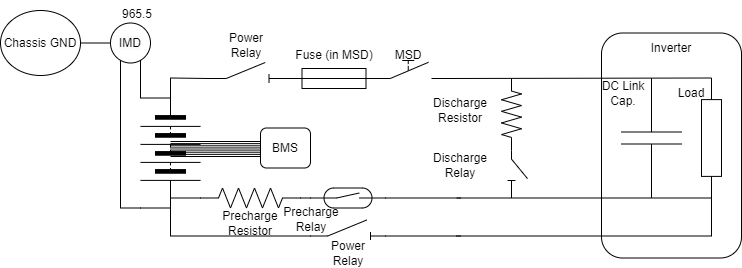
Before: texfiles/elec/eimg/HVSchematic.png, a diagram exported from draw.io (Team-Tachyon-e-V/FDD24). Source tidied: cells renumbered, new cells last; positions are measured from the earlier drawing's top-left corner, leaving out a move shared by most shapes.
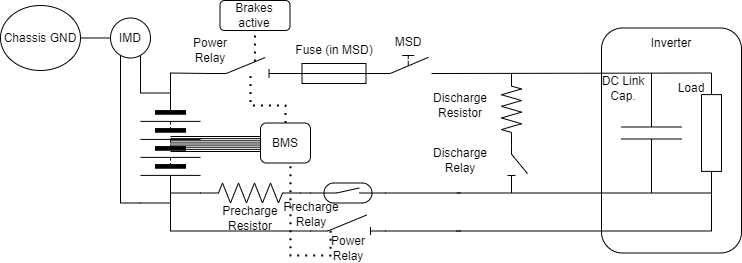
Above is the later version.

The edit, as a diff of the source:
```diff
@@ -121,13 +121,13 @@
       <mxGeometry x="289.5" y="40" width="88" height="30" as="geometry" />
     </mxCell>
     <mxCell id="31" value="MSD" style="text;html=1;align=center;verticalAlign=middle;whiteSpace=wrap;rounded=0;" parent="1" vertex="1">
-      <mxGeometry x="377.5" y="40" width="60" height="30" as="geometry" />
+      <mxGeometry x="377.5" y="32" width="60" height="30" as="geometry" />
     </mxCell>
     <mxCell id="32" value="Precharge Resistor" style="text;html=1;align=center;verticalAlign=middle;whiteSpace=wrap;rounded=0;" parent="1" vertex="1">
       <mxGeometry x="220" y="207.5" width="60" height="30" as="geometry" />
     </mxCell>
     <mxCell id="33" value="Power Relay" style="text;html=1;align=center;verticalAlign=middle;whiteSpace=wrap;rounded=0;" parent="1" vertex="1">
-      <mxGeometry x="216" y="30" width="60" height="30" as="geometry" />
+      <mxGeometry x="180" y="40" width="60" height="30" as="geometry" />
     </mxCell>
     <mxCell id="34" value="Precharge Relay" style="text;html=1;align=center;verticalAlign=middle;whiteSpace=wrap;rounded=0;" parent="1" vertex="1">
       <mxGeometry x="282" y="207.5" width="58" height="22.5" as="geometry" />
@@ -159,9 +159,6 @@
         <mxPoint x="460" y="235.5" as="targetPoint" />
       </mxGeometry>
     </mxCell>
-    <mxCell id="42" value="965.5" style="text;whiteSpace=wrap;" parent="1" vertex="1">
-      <mxGeometry x="120" width="60" height="40" as="geometry" />
-    </mxCell>
     <mxCell id="43" style="endArrow=none;html=1;rounded=0;exitX=0;exitY=0.5;exitDx=0;exitDy=0;entryX=0;entryY=0.8;entryDx=0;entryDy=0;" parent="1" edge="1">
       <mxGeometry relative="1" as="geometry">
         <mxPoint x="170" y="97.5" as="sourcePoint" />
@@ -177,5 +174,30 @@
     <mxCell id="45" value="Power Relay" style="text;html=1;align=center;verticalAlign=middle;whiteSpace=wrap;rounded=0;" parent="1" vertex="1">
       <mxGeometry x="317.5" y="237.5" width="60" height="30" as="geometry" />
     </mxCell>
+    <mxCell id="46" value="Brakes active" style="rounded=1;whiteSpace=wrap;html=1;" parent="1" vertex="1">
+      <mxGeometry x="219.5" y="5" width="70" height="30" as="geometry" />
+    </mxCell>
+    <mxCell id="47" style="endArrow=none;dashed=1;html=1;dashPattern=1 3;strokeWidth=2;rounded=0;entryX=0.5;entryY=1;entryDx=0;entryDy=0;exitX=0.612;exitY=0.198;exitDx=0;exitDy=0;exitPerimeter=0;" parent="1" edge="1" source="44" target="46">
+      <mxGeometry relative="1" as="geometry" />
+    </mxCell>
+    <mxCell id="48" style="endArrow=none;dashed=1;html=1;dashPattern=1 3;strokeWidth=2;rounded=0;exitX=0.5;exitY=0;exitDx=0;exitDy=0;" parent="1" edge="1" source="23">
+      <mxGeometry relative="1" as="geometry">
+        <mxPoint x="250" y="80" as="targetPoint" />
+        <Array as="points">
+          <mxPoint x="285" y="110" />
+          <mxPoint x="250" y="110" />
+        </Array>
+      </mxGeometry>
+    </mxCell>
+    <mxCell id="49" style="endArrow=none;dashed=1;html=1;dashPattern=1 3;strokeWidth=2;rounded=0;exitX=0.211;exitY=-0.074;exitDx=0;exitDy=0;exitPerimeter=0;" parent="1" edge="1" source="45">
+      <mxGeometry relative="1" as="geometry">
+        <mxPoint x="290" y="167.5" as="targetPoint" />
+        <Array as="points">
+          <mxPoint x="330" y="260" />
+          <mxPoint x="290" y="260" />
+          <mxPoint x="290" y="200" />
+        </Array>
+      </mxGeometry>
+    </mxCell>
   </root>
 </mxGraphModel>
```
